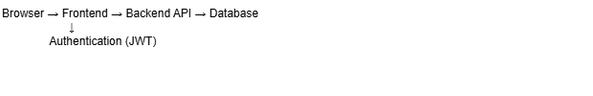
Before: docs/system-architecture.png, a diagram exported from draw.io (SODABATTINAYASASWINI/multi-tenant-saas). Source tidied: cells renumbered, new cells last; positions are measured from the earlier drawing's top-left corner, leaving out a move shared by most shapes.
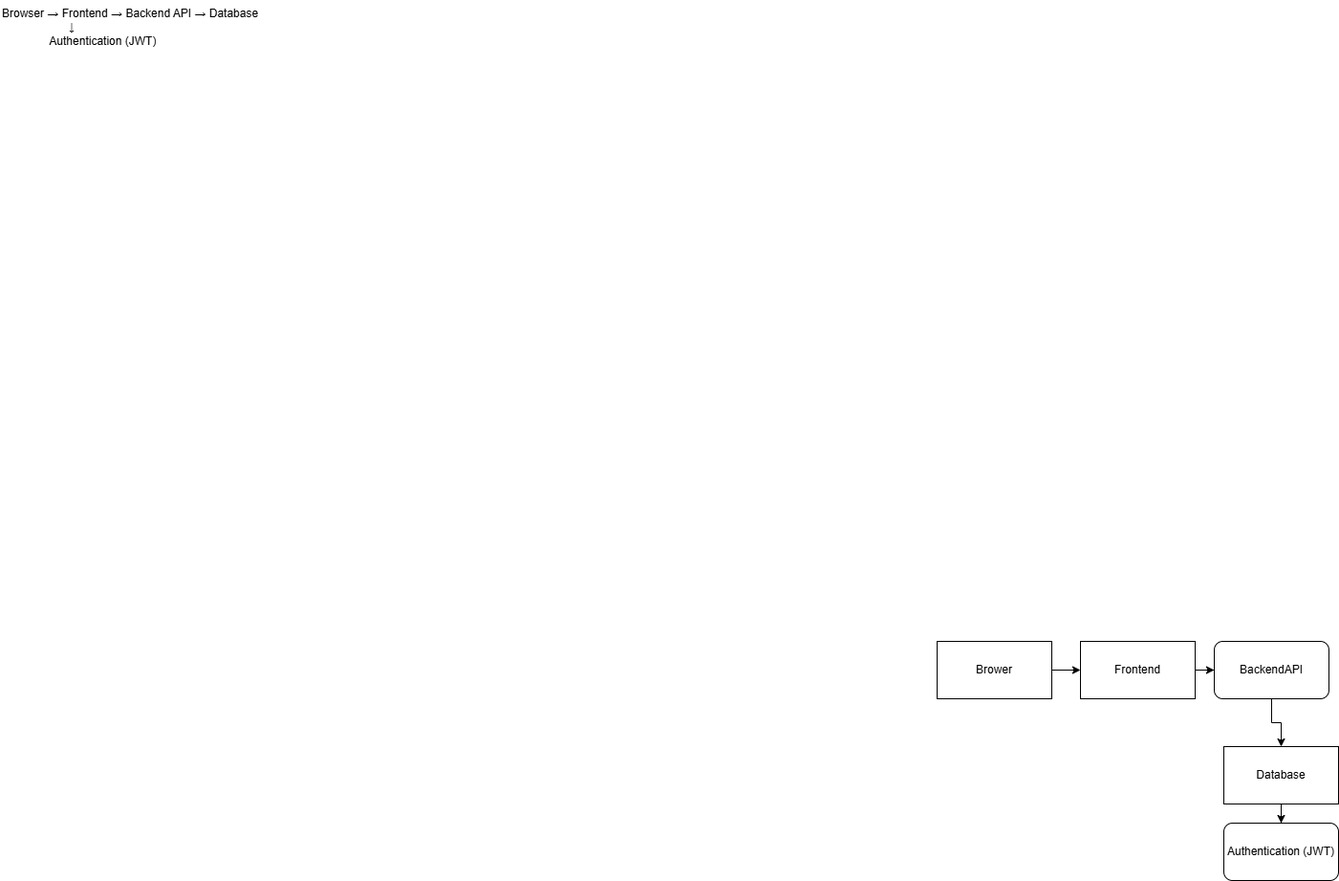
Later version of the same file.

What changed in the source:
```diff
@@ -3,7 +3,34 @@
     <mxCell id="0" />
     <mxCell id="1" parent="0" />
     <mxCell id="2" value="Browser → Frontend → Backend API → Database&#10;                     ↓&#10;               Authentication (JWT)" style="text;whiteSpace=wrap;" parent="1" vertex="1">
-      <mxGeometry width="620" height="100" as="geometry" />
+      <mxGeometry width="790" height="420" as="geometry" />
     </mxCell>
+    <mxCell id="3" style="edgeStyle=orthogonalEdgeStyle;rounded=0;jettySize=auto;html=1;" parent="1" edge="1" source="4" target="6">
+      <mxGeometry relative="1" as="geometry" />
+    </mxCell>
+    <mxCell id="4" value="Brower" style="rounded=0;whiteSpace=wrap;html=1;" parent="1" vertex="1">
+      <mxGeometry x="980" y="670" width="120" height="60" as="geometry" />
+    </mxCell>
+    <mxCell id="5" style="edgeStyle=orthogonalEdgeStyle;rounded=0;jettySize=auto;html=1;" parent="1" edge="1" source="6" target="8">
+      <mxGeometry relative="1" as="geometry" />
+    </mxCell>
+    <mxCell id="6" value="Frontend" style="rounded=0;whiteSpace=wrap;html=1;" parent="1" vertex="1">
+      <mxGeometry x="1130" y="670" width="120" height="60" as="geometry" />
+    </mxCell>
+    <mxCell id="7" style="edgeStyle=orthogonalEdgeStyle;rounded=0;jettySize=auto;html=1;" parent="1" edge="1" source="8" target="10">
+      <mxGeometry relative="1" as="geometry" />
+    </mxCell>
+    <mxCell id="8" value="BackendAPI" style="rounded=1;whiteSpace=wrap;html=1;" parent="1" vertex="1">
+      <mxGeometry x="1270" y="670" width="120" height="60" as="geometry" />
+    </mxCell>
+    <mxCell id="9" style="edgeStyle=orthogonalEdgeStyle;rounded=0;jettySize=auto;html=1;" parent="1" edge="1" source="10" target="11">
+      <mxGeometry relative="1" as="geometry" />
+    </mxCell>
+    <mxCell id="10" value="Database" style="rounded=0;whiteSpace=wrap;html=1;" parent="1" vertex="1">
+      <mxGeometry x="1280" y="780" width="120" height="60" as="geometry" />
+    </mxCell>
+    <mxCell id="11" value="Authentication (JWT)" style="rounded=1;whiteSpace=wrap;html=1;" parent="1" vertex="1">
+      <mxGeometry x="1280" y="860" width="120" height="60" as="geometry" />
+    </mxCell>
   </root>
 </mxGraphModel>
```
